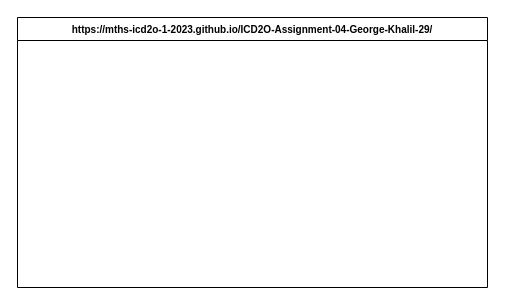
Before: design/storyboard.drawio in MTHS-ICD2O-1-2023/ICD2O-Assignment-04-George-Khalil-29, a draw.io diagram. Source tidied: cells renumbered, new cells numbered last; positions are measured from the earlier drawing's top-left corner, leaving out a move shared by most shapes. Both pictures are drawn from the tidied source at 100%, with x=0, y=0 at pixel (17, 17). Pictures stored in the file or linked from it are replaced by grey dashed boxes.
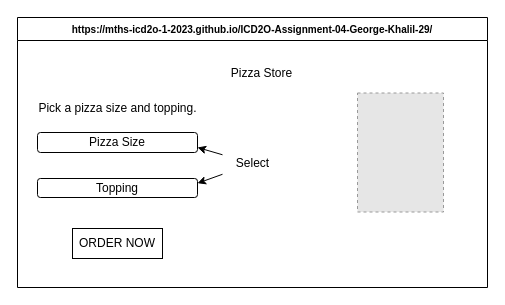
Above is the later version.

Commit message (it also covers changes not shown here):
storyboard assigmrnt 4

Change to the diagram source:
```diff
@@
 <mxGraphModel>
   <root>
     <mxCell id="0" />
     <mxCell id="1" parent="0" />
     <mxCell id="2" value="&lt;font style=&quot;font-size: 10px;&quot;&gt;https://mths-icd2o-1-2023.github.io/ICD2O-Assignment-04-George-Khalil-29/&lt;/font&gt;" style="swimlane;whiteSpace=wrap;html=1;" parent="1" vertex="1">
       <mxGeometry width="470" height="270" as="geometry" />
     </mxCell>
+    <mxCell id="3" style="fillColor=#E6E6E6;strokeColor=#999999;dashed=1;verticalLabelPosition=bottom;verticalAlign=top;fontSize=10;" parent="2" vertex="1">
+      <mxGeometry x="340" y="75.5" width="86" height="119" as="geometry" />
+    </mxCell>
+    <mxCell id="4" value="&lt;font style=&quot;font-size: 12px;&quot;&gt;Pizza Store&lt;/font&gt;" style="text;html=1;align=center;verticalAlign=middle;strokeColor=none;fillColor=none;fontSize=10;" parent="2" vertex="1">
+      <mxGeometry x="204" y="41" width="80" height="30" as="geometry" />
+    </mxCell>
+    <mxCell id="5" value="Pick a pizza size and topping." style="text;html=1;align=center;verticalAlign=middle;strokeColor=none;fillColor=none;fontSize=12;" parent="2" vertex="1">
+      <mxGeometry x="10" y="75.5" width="180" height="30" as="geometry" />
+    </mxCell>
+    <mxCell id="6" value="Pizza Size" style="rounded=1;whiteSpace=wrap;html=1;fontSize=12;" parent="2" vertex="1">
+      <mxGeometry x="20" y="115" width="160" height="20" as="geometry" />
+    </mxCell>
+    <mxCell id="7" value="Topping" style="rounded=1;whiteSpace=wrap;html=1;fontSize=12;" parent="2" vertex="1">
+      <mxGeometry x="20" y="161" width="160" height="19" as="geometry" />
+    </mxCell>
+    <mxCell id="8" style="edgeStyle=none;html=1;fontSize=12;entryX=1;entryY=0.75;entryDx=0;entryDy=0;" parent="2" edge="1" source="10" target="6">
+      <mxGeometry relative="1" as="geometry" />
+    </mxCell>
+    <mxCell id="9" style="edgeStyle=none;html=1;entryX=1;entryY=0.25;entryDx=0;entryDy=0;fontSize=12;" parent="2" edge="1" source="10" target="7">
+      <mxGeometry relative="1" as="geometry" />
+    </mxCell>
+    <mxCell id="10" value="Select" style="text;html=1;align=center;verticalAlign=middle;points=[];strokeColor=none;fillColor=none;fontSize=12;" parent="2" vertex="1">
+      <mxGeometry x="205" y="131" width="60" height="30" as="geometry" />
+    </mxCell>
+    <mxCell id="11" value="ORDER NOW" style="rounded=0;whiteSpace=wrap;html=1;fontSize=12;" parent="2" vertex="1">
+      <mxGeometry x="55" y="211" width="90" height="30" as="geometry" />
+    </mxCell>
   </root>
 </mxGraphModel>
```
